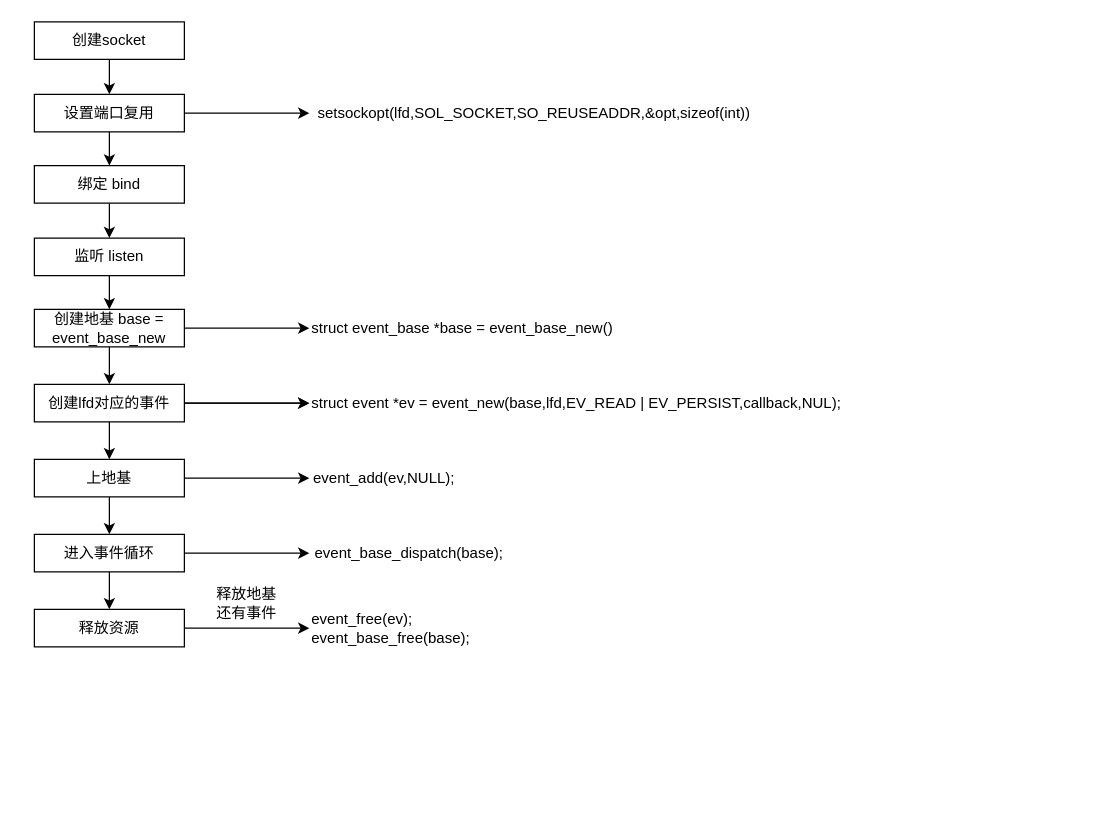
ZWJ5656588/uml keeps this draw.io diagram as libevent流程·.drawio. Above is the earlier version. Source tidied: cells renumbered, new cells numbered last; positions are measured from the earlier drawing's top-left corner, leaving out a move shared by most shapes. Both pictures are drawn from the tidied source at 125%, with x=0, y=0 at pixel (34, 21).
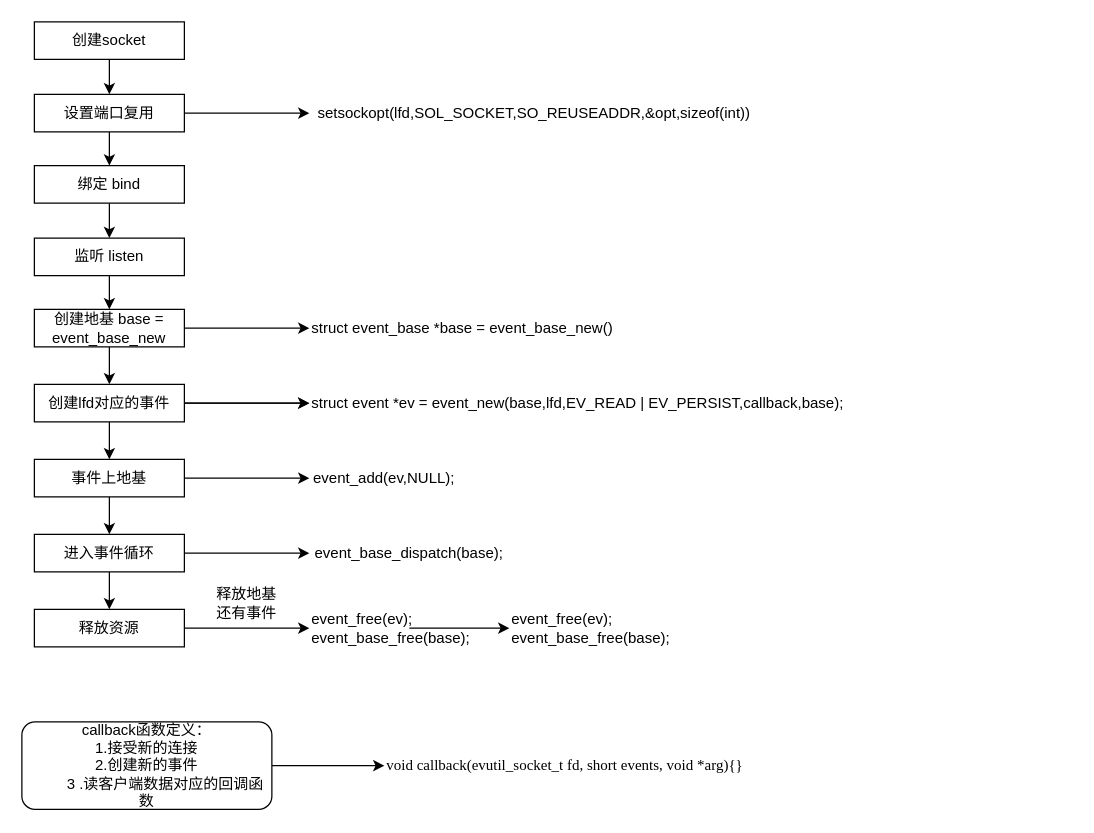
After the change.

The change refers to these unchanged cells:
```xml
<mxCell id="33" value="event_free(ev); event_base_free(base);" style="text;strokeColor=none;align=left;fillColor=none;html=1;verticalAlign=middle;whiteSpace=wrap;rounded=0;" parent="1" vertex="1">
  <mxGeometry x="220" y="470" width="80" height="30" as="geometry" />
</mxCell>
```

What changed in the source:
```diff
@@
-    <mxCell id="22" value="上地基" style="rounded=0;whiteSpace=wrap;html=1;" parent="1" vertex="1">
+    <mxCell id="22" value="事件上地基" style="rounded=0;whiteSpace=wrap;html=1;" parent="1" vertex="1">
       <mxGeometry y="350" width="120" height="30" as="geometry" />
     </mxCell>
@@
-    <mxCell id="26" value="struct event *ev = event_new(base,lfd,EV_READ | EV_PERSIST,callback,NUL);" style="text;strokeColor=none;align=left;fillColor=none;html=1;verticalAlign=middle;whiteSpace=wrap;rounded=0;" parent="1" vertex="1">
+    <mxCell id="26" value="struct event *ev = event_new(base,lfd,EV_READ | EV_PERSIST,callback,base);" style="text;strokeColor=none;align=left;fillColor=none;html=1;verticalAlign=middle;whiteSpace=wrap;rounded=0;" parent="1" vertex="1">
       <mxGeometry x="220" y="290" width="610" height="30" as="geometry" />
     </mxCell>
@@
+    <mxCell id="34" style="edgeStyle=none;rounded=0;jettySize=auto;html=1;" parent="1" edge="1" source="33" target="38">
+      <mxGeometry relative="1" as="geometry" />
+    </mxCell>
@@
+    <mxCell id="35" style="edgeStyle=none;rounded=0;jettySize=auto;html=1;exitX=1;exitY=0.5;exitDx=0;exitDy=0;" parent="1" edge="1" source="36" target="37">
+      <mxGeometry relative="1" as="geometry" />
+    </mxCell>
+    <mxCell id="36" value="callback函数定义：&lt;br&gt;1.接受新的连接&lt;br&gt;2.创建新的事件&lt;br&gt;&amp;nbsp; &amp;nbsp; &amp;nbsp; &amp;nbsp; &amp;nbsp;3 .读客户端数据对应的回调函数" style="rounded=1;whiteSpace=wrap;html=1;" parent="1" vertex="1">
+      <mxGeometry x="-10" y="560" width="200" height="70" as="geometry" />
+    </mxCell>
+    <mxCell id="37" value="void callback(evutil_socket_t fd, short events, void *arg){}" style="text;strokeColor=none;align=left;fillColor=none;html=1;verticalAlign=middle;whiteSpace=wrap;rounded=0;fontFamily=Times New Roman;" parent="1" vertex="1">
+      <mxGeometry x="280" y="563.8" width="380" height="62.5" as="geometry" />
+    </mxCell>
+    <mxCell id="38" value="event_free(ev); event_base_free(base);" style="text;strokeColor=none;align=left;fillColor=none;html=1;verticalAlign=middle;whiteSpace=wrap;rounded=0;" parent="1" vertex="1">
+      <mxGeometry x="380" y="470" width="80" height="30" as="geometry" />
+    </mxCell>
```
